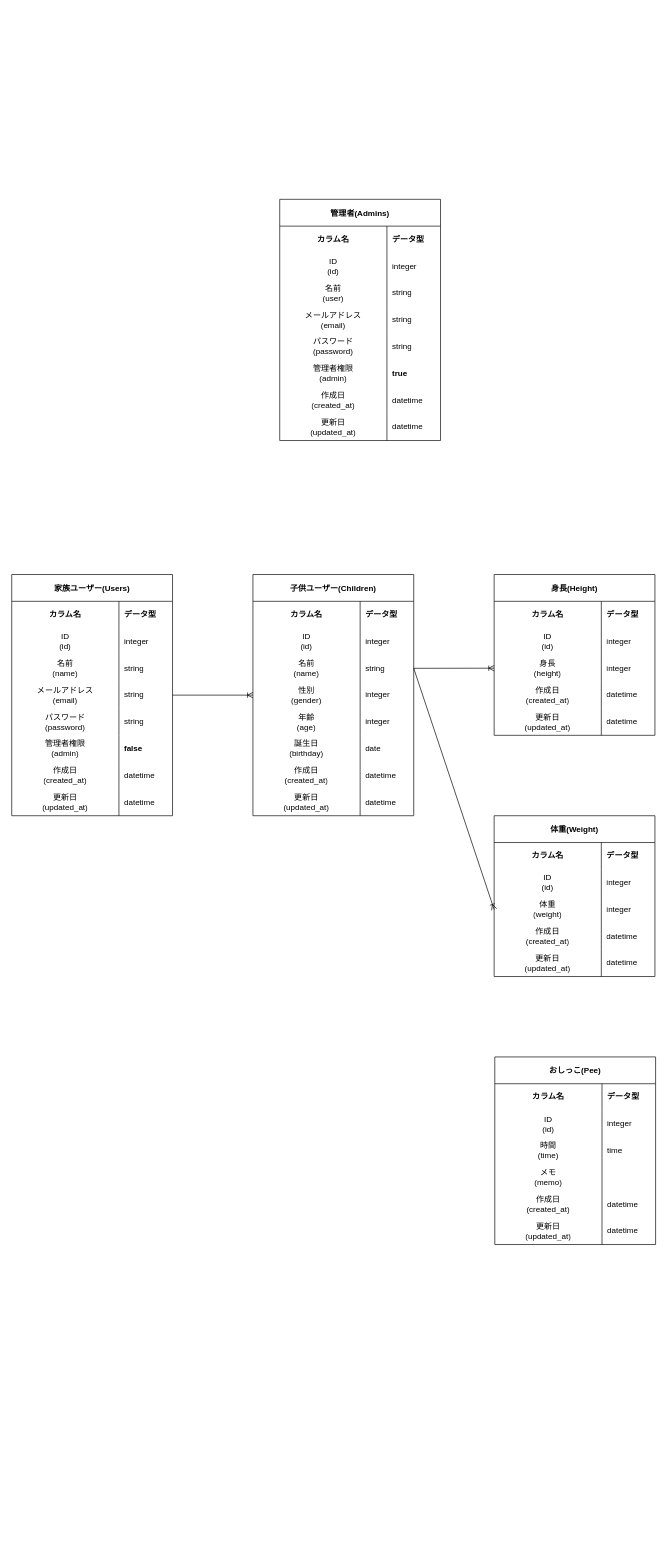
The draw.io diagram coyell.drawio in piroriki/coyell_port, before the edit. Source tidied: cells renumbered, new cells numbered last; positions are measured from the earlier drawing's top-left corner, leaving out a move shared by most shapes. Both pictures are drawn from the tidied source at 67%, with x=0, y=0 at pixel (11, 199).
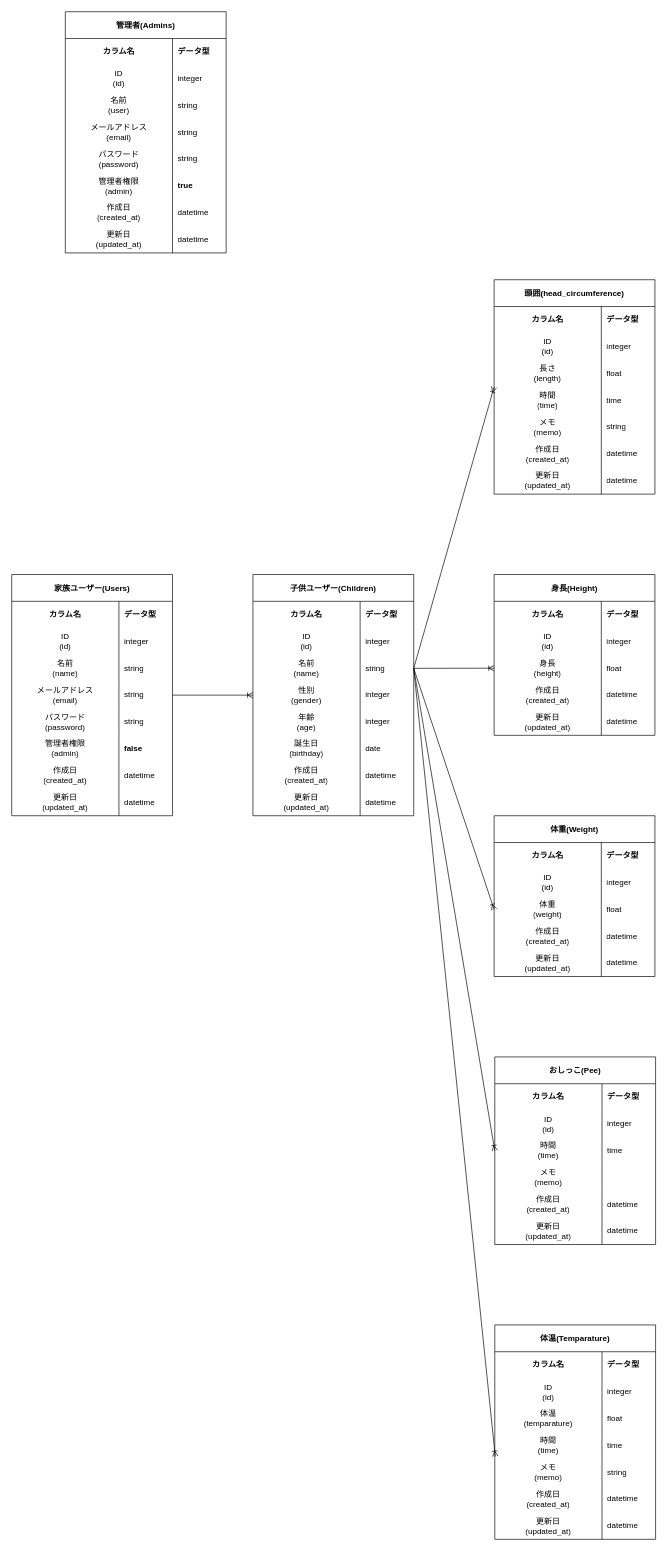
Above is the later version.

Commit message:
weight/heightモデル変更(integer →float)、temperature/head_circumferenceモデル追加

Unchanged cells that the change refers to:
```xml
<mxCell id="59" style="shape=tableRow;horizontal=0;startSize=0;swimlaneHead=0;swimlaneBody=0;top=0;left=0;bottom=0;right=0;fillColor=none;points=[[0,0.5],[1,0.5]];portConstraint=eastwest;" parent="52" vertex="1">
  <mxGeometry y="120" width="240" height="40" as="geometry" />
</mxCell>
<mxCell id="85" style="shape=tableRow;horizontal=0;startSize=0;swimlaneHead=0;swimlaneBody=0;top=0;left=0;bottom=0;right=0;fillColor=none;" parent="78" vertex="1">
  <mxGeometry y="120" width="240" height="40" as="geometry" />
</mxCell>
<mxCell id="103" style="shape=tableRow;horizontal=0;startSize=0;swimlaneHead=0;swimlaneBody=0;top=0;left=0;bottom=0;right=0;fillColor=none;points=[[0,0.5],[1,0.5]];portConstraint=eastwest;" parent="96" vertex="1">
  <mxGeometry y="120" width="240" height="40" as="geometry" />
</mxCell>
<mxCell id="120" style="shape=tableRow;horizontal=0;startSize=0;swimlaneHead=0;swimlaneBody=0;top=0;left=0;bottom=0;right=0;fillColor=none;points=[[0,0.5],[1,0.5]];portConstraint=eastwest;" parent="113" vertex="1">
  <mxGeometry y="120" width="240" height="40" as="geometry" />
</mxCell>
```

Diff of the diagram source:
```diff
@@
     <mxCell id="27" value="管理者(Admins)" style="shape=table;startSize=40;childLayout=tableLayout;rowLines=0;fontStyle=1;" parent="1" vertex="1">
-      <mxGeometry x="400" width="240" height="360" as="geometry" />
+      <mxGeometry x="80" y="-280" width="240" height="360" as="geometry" />
     </mxCell>
@@
-    <mxCell id="87" value="integer" style="shape=partialRectangle;html=1;whiteSpace=wrap;fillColor=none;top=0;left=0;bottom=0;right=0;align=left;spacingLeft=6;overflow=hidden;" parent="85" vertex="1">
+    <mxCell id="87" value="float" style="shape=partialRectangle;html=1;whiteSpace=wrap;fillColor=none;top=0;left=0;bottom=0;right=0;align=left;spacingLeft=6;overflow=hidden;" parent="85" vertex="1">
       <mxGeometry x="160" width="80" height="40" as="geometry" />
     </mxCell>
@@
-    <mxCell id="105" value="integer" style="shape=partialRectangle;html=1;whiteSpace=wrap;fillColor=none;top=0;left=0;bottom=0;right=0;align=left;spacingLeft=6;overflow=hidden;" parent="103" vertex="1">
+    <mxCell id="105" value="float" style="shape=partialRectangle;html=1;whiteSpace=wrap;fillColor=none;top=0;left=0;bottom=0;right=0;align=left;spacingLeft=6;overflow=hidden;" parent="103" vertex="1">
       <mxGeometry x="160" width="80" height="40" as="geometry" />
     </mxCell>
@@
+    <mxCell id="132" value="体温(Temparature)" style="shape=table;startSize=40;childLayout=tableLayout;rowLines=0;fontStyle=1;" parent="1" vertex="1">
+      <mxGeometry x="721" y="1680" width="240" height="320" as="geometry" />
+    </mxCell>
+    <mxCell id="133" style="shape=tableRow;horizontal=0;startSize=0;swimlaneHead=0;swimlaneBody=0;top=0;left=0;bottom=0;right=0;fillColor=none;" parent="132" vertex="1">
+      <mxGeometry y="40" width="240" height="40" as="geometry" />
+    </mxCell>
+    <mxCell id="134" value="&lt;b&gt;カラム名&lt;/b&gt;" style="shape=partialRectangle;html=1;whiteSpace=wrap;fillColor=none;top=0;left=0;bottom=0;right=0;overflow=hidden;" parent="133" vertex="1">
+      <mxGeometry width="160" height="40" as="geometry" />
+    </mxCell>
+    <mxCell id="135" value="&lt;b&gt;データ型&lt;/b&gt;" style="shape=partialRectangle;html=1;whiteSpace=wrap;fillColor=none;top=0;left=0;bottom=0;right=0;align=left;spacingLeft=6;overflow=hidden;" parent="133" vertex="1">
+      <mxGeometry x="160" width="80" height="40" as="geometry" />
+    </mxCell>
+    <mxCell id="136" style="shape=tableRow;horizontal=0;startSize=0;swimlaneHead=0;swimlaneBody=0;top=0;left=0;bottom=0;right=0;fillColor=none;" parent="132" vertex="1">
+      <mxGeometry y="80" width="240" height="40" as="geometry" />
+    </mxCell>
+    <mxCell id="137" value="ID&lt;br&gt;(id)" style="shape=partialRectangle;html=1;whiteSpace=wrap;fillColor=none;top=0;left=0;bottom=0;right=0;overflow=hidden;" parent="136" vertex="1">
+      <mxGeometry width="160" height="40" as="geometry" />
+    </mxCell>
+    <mxCell id="138" value="integer" style="shape=partialRectangle;html=1;whiteSpace=wrap;fillColor=none;top=0;left=0;bottom=0;right=0;align=left;spacingLeft=6;overflow=hidden;" parent="136" vertex="1">
+      <mxGeometry x="160" width="80" height="40" as="geometry" />
+    </mxCell>
+    <mxCell id="139" style="shape=tableRow;horizontal=0;startSize=0;swimlaneHead=0;swimlaneBody=0;top=0;left=0;bottom=0;right=0;fillColor=none;" parent="132" vertex="1">
+      <mxGeometry y="120" width="240" height="40" as="geometry" />
+    </mxCell>
+    <mxCell id="140" value="体温&lt;br&gt;(temparature)" style="shape=partialRectangle;html=1;whiteSpace=wrap;fillColor=none;top=0;left=0;bottom=0;right=0;overflow=hidden;" parent="139" vertex="1">
+      <mxGeometry width="160" height="40" as="geometry" />
+    </mxCell>
+    <mxCell id="141" value="float" style="shape=partialRectangle;html=1;whiteSpace=wrap;fillColor=none;top=0;left=0;bottom=0;right=0;align=left;spacingLeft=6;overflow=hidden;" parent="139" vertex="1">
+      <mxGeometry x="160" width="80" height="40" as="geometry" />
+    </mxCell>
+    <mxCell id="142" style="shape=tableRow;horizontal=0;startSize=0;swimlaneHead=0;swimlaneBody=0;top=0;left=0;bottom=0;right=0;fillColor=none;" parent="132" vertex="1">
+      <mxGeometry y="160" width="240" height="40" as="geometry" />
+    </mxCell>
+    <mxCell id="143" value="時間&lt;br&gt;(time)" style="shape=partialRectangle;html=1;whiteSpace=wrap;fillColor=none;top=0;left=0;bottom=0;right=0;overflow=hidden;" parent="142" vertex="1">
+      <mxGeometry width="160" height="40" as="geometry" />
+    </mxCell>
+    <mxCell id="144" value="time" style="shape=partialRectangle;html=1;whiteSpace=wrap;fillColor=none;top=0;left=0;bottom=0;right=0;align=left;spacingLeft=6;overflow=hidden;" parent="142" vertex="1">
+      <mxGeometry x="160" width="80" height="40" as="geometry" />
+    </mxCell>
+    <mxCell id="145" style="shape=tableRow;horizontal=0;startSize=0;swimlaneHead=0;swimlaneBody=0;top=0;left=0;bottom=0;right=0;fillColor=none;points=[[0,0.5],[1,0.5]];portConstraint=eastwest;" parent="132" vertex="1">
+      <mxGeometry y="200" width="240" height="40" as="geometry" />
+    </mxCell>
+    <mxCell id="146" value="メモ&lt;br&gt;(memo)" style="shape=partialRectangle;html=1;whiteSpace=wrap;fillColor=none;top=0;left=0;bottom=0;right=0;overflow=hidden;" parent="145" vertex="1">
+      <mxGeometry width="160" height="40" as="geometry" />
+    </mxCell>
+    <mxCell id="147" value="string" style="shape=partialRectangle;html=1;whiteSpace=wrap;fillColor=none;top=0;left=0;bottom=0;right=0;align=left;spacingLeft=6;overflow=hidden;" parent="145" vertex="1">
+      <mxGeometry x="160" width="80" height="40" as="geometry" />
+    </mxCell>
+    <mxCell id="148" style="shape=tableRow;horizontal=0;startSize=0;swimlaneHead=0;swimlaneBody=0;top=0;left=0;bottom=0;right=0;fillColor=none;" parent="132" vertex="1">
+      <mxGeometry y="240" width="240" height="40" as="geometry" />
+    </mxCell>
+    <mxCell id="149" value="作成日&lt;br&gt;(created_at)" style="shape=partialRectangle;html=1;whiteSpace=wrap;fillColor=none;top=0;left=0;bottom=0;right=0;overflow=hidden;" parent="148" vertex="1">
+      <mxGeometry width="160" height="40" as="geometry" />
+    </mxCell>
+    <mxCell id="150" value="datetime" style="shape=partialRectangle;html=1;whiteSpace=wrap;fillColor=none;top=0;left=0;bottom=0;right=0;align=left;spacingLeft=6;overflow=hidden;" parent="148" vertex="1">
+      <mxGeometry x="160" width="80" height="40" as="geometry" />
+    </mxCell>
+    <mxCell id="151" style="shape=tableRow;horizontal=0;startSize=0;swimlaneHead=0;swimlaneBody=0;top=0;left=0;bottom=0;right=0;fillColor=none;" parent="132" vertex="1">
+      <mxGeometry y="280" width="240" height="40" as="geometry" />
+    </mxCell>
+    <mxCell id="152" value="更新日&lt;br&gt;(updated_at)" style="shape=partialRectangle;html=1;whiteSpace=wrap;fillColor=none;top=0;left=0;bottom=0;right=0;overflow=hidden;" parent="151" vertex="1">
+      <mxGeometry width="160" height="40" as="geometry" />
+    </mxCell>
+    <mxCell id="153" value="datetime" style="shape=partialRectangle;html=1;whiteSpace=wrap;fillColor=none;top=0;left=0;bottom=0;right=0;align=left;spacingLeft=6;overflow=hidden;" parent="151" vertex="1">
+      <mxGeometry x="160" width="80" height="40" as="geometry" />
+    </mxCell>
+    <mxCell id="154" style="edgeStyle=none;html=1;exitX=1;exitY=0.5;exitDx=0;exitDy=0;entryX=0;entryY=0.5;entryDx=0;entryDy=0;endArrow=ERoneToMany;endFill=0;" parent="1" edge="1" source="59" target="120">
+      <mxGeometry relative="1" as="geometry" />
+    </mxCell>
+    <mxCell id="155" style="edgeStyle=none;html=1;exitX=1;exitY=0.5;exitDx=0;exitDy=0;endArrow=ERoneToMany;endFill=0;entryX=0.003;entryY=-0.093;entryDx=0;entryDy=0;entryPerimeter=0;" parent="1" edge="1" source="59" target="145">
+      <mxGeometry relative="1" as="geometry" />
+    </mxCell>
+    <mxCell id="156" value="頭囲(head_circumference)" style="shape=table;startSize=40;childLayout=tableLayout;rowLines=0;fontStyle=1;" parent="1" vertex="1">
+      <mxGeometry x="720" y="120" width="240" height="320" as="geometry" />
+    </mxCell>
+    <mxCell id="157" style="shape=tableRow;horizontal=0;startSize=0;swimlaneHead=0;swimlaneBody=0;top=0;left=0;bottom=0;right=0;fillColor=none;" parent="156" vertex="1">
+      <mxGeometry y="40" width="240" height="40" as="geometry" />
+    </mxCell>
+    <mxCell id="158" value="&lt;b&gt;カラム名&lt;/b&gt;" style="shape=partialRectangle;html=1;whiteSpace=wrap;fillColor=none;top=0;left=0;bottom=0;right=0;overflow=hidden;" parent="157" vertex="1">
+      <mxGeometry width="160" height="40" as="geometry" />
+    </mxCell>
+    <mxCell id="159" value="&lt;b&gt;データ型&lt;/b&gt;" style="shape=partialRectangle;html=1;whiteSpace=wrap;fillColor=none;top=0;left=0;bottom=0;right=0;align=left;spacingLeft=6;overflow=hidden;" parent="157" vertex="1">
+      <mxGeometry x="160" width="80" height="40" as="geometry" />
+    </mxCell>
+    <mxCell id="160" style="shape=tableRow;horizontal=0;startSize=0;swimlaneHead=0;swimlaneBody=0;top=0;left=0;bottom=0;right=0;fillColor=none;" parent="156" vertex="1">
+      <mxGeometry y="80" width="240" height="40" as="geometry" />
+    </mxCell>
+    <mxCell id="161" value="ID&lt;br&gt;(id)" style="shape=partialRectangle;html=1;whiteSpace=wrap;fillColor=none;top=0;left=0;bottom=0;right=0;overflow=hidden;" parent="160" vertex="1">
+      <mxGeometry width="160" height="40" as="geometry" />
+    </mxCell>
+    <mxCell id="162" value="integer" style="shape=partialRectangle;html=1;whiteSpace=wrap;fillColor=none;top=0;left=0;bottom=0;right=0;align=left;spacingLeft=6;overflow=hidden;" parent="160" vertex="1">
+      <mxGeometry x="160" width="80" height="40" as="geometry" />
+    </mxCell>
+    <mxCell id="163" style="shape=tableRow;horizontal=0;startSize=0;swimlaneHead=0;swimlaneBody=0;top=0;left=0;bottom=0;right=0;fillColor=none;" parent="156" vertex="1">
+      <mxGeometry y="120" width="240" height="40" as="geometry" />
+    </mxCell>
+    <mxCell id="164" value="長さ&lt;br&gt;(length)" style="shape=partialRectangle;html=1;whiteSpace=wrap;fillColor=none;top=0;left=0;bottom=0;right=0;overflow=hidden;" parent="163" vertex="1">
+      <mxGeometry width="160" height="40" as="geometry" />
+    </mxCell>
+    <mxCell id="165" value="float" style="shape=partialRectangle;html=1;whiteSpace=wrap;fillColor=none;top=0;left=0;bottom=0;right=0;align=left;spacingLeft=6;overflow=hidden;" parent="163" vertex="1">
+      <mxGeometry x="160" width="80" height="40" as="geometry" />
+    </mxCell>
+    <mxCell id="166" style="shape=tableRow;horizontal=0;startSize=0;swimlaneHead=0;swimlaneBody=0;top=0;left=0;bottom=0;right=0;fillColor=none;" parent="156" vertex="1">
+      <mxGeometry y="160" width="240" height="40" as="geometry" />
+    </mxCell>
+    <mxCell id="167" value="時間&lt;br&gt;(time)" style="shape=partialRectangle;html=1;whiteSpace=wrap;fillColor=none;top=0;left=0;bottom=0;right=0;overflow=hidden;" parent="166" vertex="1">
+      <mxGeometry width="160" height="40" as="geometry" />
+    </mxCell>
+    <mxCell id="168" value="time" style="shape=partialRectangle;html=1;whiteSpace=wrap;fillColor=none;top=0;left=0;bottom=0;right=0;align=left;spacingLeft=6;overflow=hidden;" parent="166" vertex="1">
+      <mxGeometry x="160" width="80" height="40" as="geometry" />
+    </mxCell>
+    <mxCell id="169" style="shape=tableRow;horizontal=0;startSize=0;swimlaneHead=0;swimlaneBody=0;top=0;left=0;bottom=0;right=0;fillColor=none;" parent="156" vertex="1">
+      <mxGeometry y="200" width="240" height="40" as="geometry" />
+    </mxCell>
+    <mxCell id="170" value="メモ&lt;br&gt;(memo)" style="shape=partialRectangle;html=1;whiteSpace=wrap;fillColor=none;top=0;left=0;bottom=0;right=0;overflow=hidden;" parent="169" vertex="1">
+      <mxGeometry width="160" height="40" as="geometry" />
+    </mxCell>
+    <mxCell id="171" value="string" style="shape=partialRectangle;html=1;whiteSpace=wrap;fillColor=none;top=0;left=0;bottom=0;right=0;align=left;spacingLeft=6;overflow=hidden;" parent="169" vertex="1">
+      <mxGeometry x="160" width="80" height="40" as="geometry" />
+    </mxCell>
+    <mxCell id="172" style="shape=tableRow;horizontal=0;startSize=0;swimlaneHead=0;swimlaneBody=0;top=0;left=0;bottom=0;right=0;fillColor=none;" parent="156" vertex="1">
+      <mxGeometry y="240" width="240" height="40" as="geometry" />
+    </mxCell>
+    <mxCell id="173" value="作成日&lt;br&gt;(created_at)" style="shape=partialRectangle;html=1;whiteSpace=wrap;fillColor=none;top=0;left=0;bottom=0;right=0;overflow=hidden;" parent="172" vertex="1">
+      <mxGeometry width="160" height="40" as="geometry" />
+    </mxCell>
+    <mxCell id="174" value="datetime" style="shape=partialRectangle;html=1;whiteSpace=wrap;fillColor=none;top=0;left=0;bottom=0;right=0;align=left;spacingLeft=6;overflow=hidden;" parent="172" vertex="1">
+      <mxGeometry x="160" width="80" height="40" as="geometry" />
+    </mxCell>
+    <mxCell id="175" style="shape=tableRow;horizontal=0;startSize=0;swimlaneHead=0;swimlaneBody=0;top=0;left=0;bottom=0;right=0;fillColor=none;" parent="156" vertex="1">
+      <mxGeometry y="280" width="240" height="40" as="geometry" />
+    </mxCell>
+    <mxCell id="176" value="更新日&lt;br&gt;(updated_at)" style="shape=partialRectangle;html=1;whiteSpace=wrap;fillColor=none;top=0;left=0;bottom=0;right=0;overflow=hidden;" parent="175" vertex="1">
+      <mxGeometry width="160" height="40" as="geometry" />
+    </mxCell>
+    <mxCell id="177" value="datetime" style="shape=partialRectangle;html=1;whiteSpace=wrap;fillColor=none;top=0;left=0;bottom=0;right=0;align=left;spacingLeft=6;overflow=hidden;" parent="175" vertex="1">
+      <mxGeometry x="160" width="80" height="40" as="geometry" />
+    </mxCell>
+    <mxCell id="178" style="edgeStyle=none;html=1;exitX=1;exitY=0.5;exitDx=0;exitDy=0;entryX=0;entryY=0.5;entryDx=0;entryDy=0;endArrow=ERoneToMany;endFill=0;" parent="1" edge="1" source="59" target="156">
+      <mxGeometry relative="1" as="geometry" />
+    </mxCell>
```
